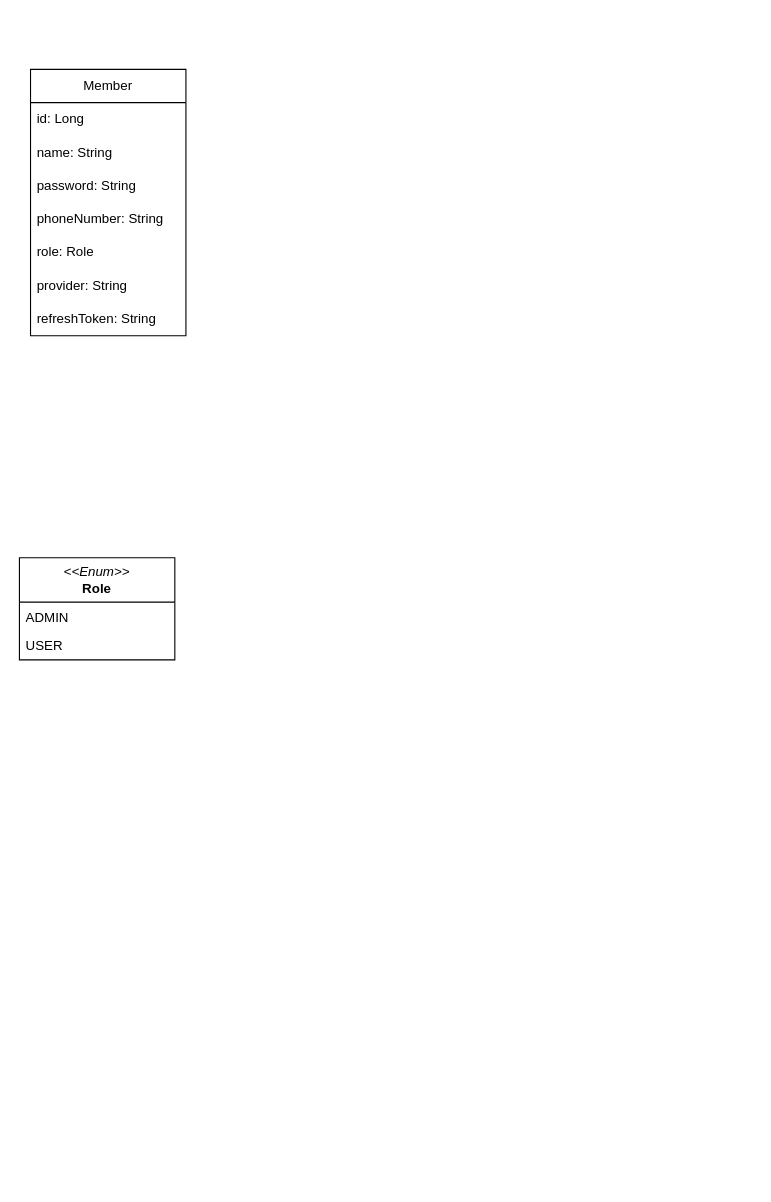
The draw.io diagram 제목 없는 다이어그램.drawio in hb912/reservation-app-server, before the edit. Source tidied: cells renumbered, new cells numbered last; positions are measured from the earlier drawing's top-left corner, leaving out a move shared by most shapes. Both pictures are drawn from the tidied source at 111%, with x=0, y=0 at pixel (19, 69).
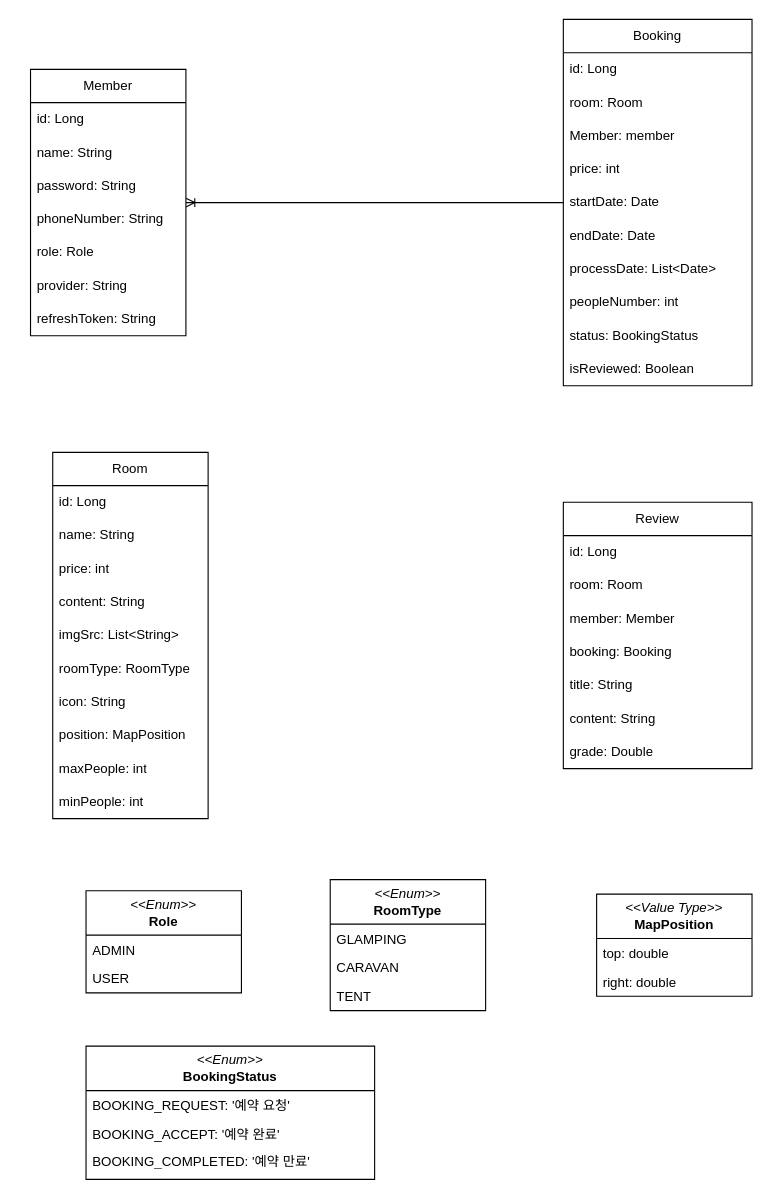
After the change.

The change refers to these unchanged cells:
```xml
<mxCell id="2" value="Member" style="swimlane;fontStyle=0;horizontal=1;startSize=30;whiteSpace=wrap;html=1;" parent="1" vertex="1">
  <mxGeometry x="10" width="140" height="240" as="geometry" />
</mxCell>
```

Diff of the diagram source:
```diff
@@
     <mxCell id="10" value="&lt;i&gt;&amp;lt;&amp;lt;Enum&amp;gt;&amp;gt;&lt;/i&gt;&lt;br&gt;&lt;b&gt;Role&lt;/b&gt;" style="swimlane;fontStyle=0;horizontal=1;startSize=40;fillColor=none;whiteSpace=wrap;html=1;" parent="1" vertex="1">
-      <mxGeometry y="440" width="140" height="92" as="geometry" />
+      <mxGeometry x="60" y="740" width="140" height="92" as="geometry" />
     </mxCell>
@@
+    <mxCell id="13" value="Room" style="swimlane;fontStyle=0;horizontal=1;startSize=30;whiteSpace=wrap;html=1;" parent="1" vertex="1">
+      <mxGeometry x="30" y="345" width="140" height="330" as="geometry" />
+    </mxCell>
+    <mxCell id="14" value="id: Long" style="text;strokeColor=none;fillColor=none;align=left;verticalAlign=middle;spacingLeft=4;spacingRight=4;overflow=hidden;whiteSpace=wrap;html=1;" parent="13" vertex="1">
+      <mxGeometry y="30" width="140" height="30" as="geometry" />
+    </mxCell>
+    <mxCell id="15" value="name: String" style="text;strokeColor=none;fillColor=none;align=left;verticalAlign=middle;spacingLeft=4;spacingRight=4;overflow=hidden;whiteSpace=wrap;html=1;" parent="13" vertex="1">
+      <mxGeometry y="60" width="140" height="30" as="geometry" />
+    </mxCell>
+    <mxCell id="16" value="price: int" style="text;strokeColor=none;fillColor=none;align=left;verticalAlign=middle;spacingLeft=4;spacingRight=4;overflow=hidden;whiteSpace=wrap;html=1;" parent="13" vertex="1">
+      <mxGeometry y="90" width="140" height="30" as="geometry" />
+    </mxCell>
+    <mxCell id="17" value="content: String" style="text;strokeColor=none;fillColor=none;align=left;verticalAlign=middle;spacingLeft=4;spacingRight=4;overflow=hidden;whiteSpace=wrap;html=1;" parent="13" vertex="1">
+      <mxGeometry y="120" width="140" height="30" as="geometry" />
+    </mxCell>
+    <mxCell id="18" value="imgSrc: List&amp;lt;String&amp;gt;" style="text;strokeColor=none;fillColor=none;align=left;verticalAlign=middle;spacingLeft=4;spacingRight=4;overflow=hidden;whiteSpace=wrap;html=1;" parent="13" vertex="1">
+      <mxGeometry y="150" width="140" height="30" as="geometry" />
+    </mxCell>
+    <mxCell id="19" value="roomType: RoomType" style="text;strokeColor=none;fillColor=none;align=left;verticalAlign=middle;spacingLeft=4;spacingRight=4;overflow=hidden;whiteSpace=wrap;html=1;" parent="13" vertex="1">
+      <mxGeometry y="180" width="140" height="30" as="geometry" />
+    </mxCell>
+    <mxCell id="20" value="icon: String" style="text;strokeColor=none;fillColor=none;align=left;verticalAlign=middle;spacingLeft=4;spacingRight=4;overflow=hidden;whiteSpace=wrap;html=1;" parent="13" vertex="1">
+      <mxGeometry y="210" width="140" height="30" as="geometry" />
+    </mxCell>
+    <mxCell id="21" value="position: MapPosition" style="text;strokeColor=none;fillColor=none;align=left;verticalAlign=middle;spacingLeft=4;spacingRight=4;overflow=hidden;whiteSpace=wrap;html=1;" parent="13" vertex="1">
+      <mxGeometry y="240" width="140" height="30" as="geometry" />
+    </mxCell>
+    <mxCell id="22" value="maxPeople: int" style="text;strokeColor=none;fillColor=none;align=left;verticalAlign=middle;spacingLeft=4;spacingRight=4;overflow=hidden;whiteSpace=wrap;html=1;" parent="13" vertex="1">
+      <mxGeometry y="270" width="140" height="30" as="geometry" />
+    </mxCell>
+    <mxCell id="23" value="minPeople: int" style="text;strokeColor=none;fillColor=none;align=left;verticalAlign=middle;spacingLeft=4;spacingRight=4;overflow=hidden;whiteSpace=wrap;html=1;" parent="13" vertex="1">
+      <mxGeometry y="300" width="140" height="30" as="geometry" />
+    </mxCell>
+    <mxCell id="24" value="&lt;i&gt;&amp;lt;&amp;lt;Enum&amp;gt;&amp;gt;&lt;/i&gt;&lt;br&gt;&lt;b&gt;RoomType&lt;/b&gt;" style="swimlane;fontStyle=0;horizontal=1;startSize=40;fillColor=none;whiteSpace=wrap;html=1;" parent="1" vertex="1">
+      <mxGeometry x="280" y="730" width="140" height="118" as="geometry" />
+    </mxCell>
+    <mxCell id="25" value="GLAMPING" style="text;strokeColor=none;fillColor=none;align=left;verticalAlign=top;spacingLeft=4;spacingRight=4;overflow=hidden;whiteSpace=wrap;html=1;" parent="24" vertex="1">
+      <mxGeometry y="40" width="140" height="26" as="geometry" />
+    </mxCell>
+    <mxCell id="26" value="CARAVAN" style="text;strokeColor=none;fillColor=none;align=left;verticalAlign=top;spacingLeft=4;spacingRight=4;overflow=hidden;whiteSpace=wrap;html=1;" parent="24" vertex="1">
+      <mxGeometry y="66" width="140" height="26" as="geometry" />
+    </mxCell>
+    <mxCell id="27" value="TENT" style="text;strokeColor=none;fillColor=none;align=left;verticalAlign=top;spacingLeft=4;spacingRight=4;overflow=hidden;whiteSpace=wrap;html=1;" parent="24" vertex="1">
+      <mxGeometry y="92" width="140" height="26" as="geometry" />
+    </mxCell>
+    <mxCell id="28" value="&lt;i&gt;&amp;lt;&amp;lt;Value Type&amp;gt;&amp;gt;&lt;/i&gt;&lt;br&gt;&lt;b&gt;MapPosition&lt;/b&gt;" style="swimlane;fontStyle=0;horizontal=1;startSize=40;fillColor=none;whiteSpace=wrap;html=1;" parent="1" vertex="1">
+      <mxGeometry x="520" y="743" width="140" height="92" as="geometry" />
+    </mxCell>
+    <mxCell id="29" value="top: double" style="text;strokeColor=none;fillColor=none;align=left;verticalAlign=top;spacingLeft=4;spacingRight=4;overflow=hidden;whiteSpace=wrap;html=1;" parent="28" vertex="1">
+      <mxGeometry y="40" width="140" height="26" as="geometry" />
+    </mxCell>
+    <mxCell id="30" value="right: double" style="text;strokeColor=none;fillColor=none;align=left;verticalAlign=top;spacingLeft=4;spacingRight=4;overflow=hidden;whiteSpace=wrap;html=1;" parent="28" vertex="1">
+      <mxGeometry y="66" width="140" height="26" as="geometry" />
+    </mxCell>
+    <mxCell id="31" value="Booking" style="swimlane;fontStyle=0;horizontal=1;startSize=30;whiteSpace=wrap;html=1;" parent="1" vertex="1">
+      <mxGeometry x="490" y="-45" width="170" height="330" as="geometry" />
+    </mxCell>
+    <mxCell id="32" value="id: Long" style="text;strokeColor=none;fillColor=none;align=left;verticalAlign=middle;spacingLeft=4;spacingRight=4;overflow=hidden;whiteSpace=wrap;html=1;" parent="31" vertex="1">
+      <mxGeometry y="30" width="170" height="30" as="geometry" />
+    </mxCell>
+    <mxCell id="33" value="room: Room" style="text;strokeColor=none;fillColor=none;align=left;verticalAlign=middle;spacingLeft=4;spacingRight=4;overflow=hidden;whiteSpace=wrap;html=1;" parent="31" vertex="1">
+      <mxGeometry y="60" width="170" height="30" as="geometry" />
+    </mxCell>
+    <mxCell id="34" value="Member: member" style="text;strokeColor=none;fillColor=none;align=left;verticalAlign=middle;spacingLeft=4;spacingRight=4;overflow=hidden;whiteSpace=wrap;html=1;" parent="31" vertex="1">
+      <mxGeometry y="90" width="170" height="30" as="geometry" />
+    </mxCell>
+    <mxCell id="35" value="price: int" style="text;strokeColor=none;fillColor=none;align=left;verticalAlign=middle;spacingLeft=4;spacingRight=4;overflow=hidden;whiteSpace=wrap;html=1;" parent="31" vertex="1">
+      <mxGeometry y="120" width="170" height="30" as="geometry" />
+    </mxCell>
+    <mxCell id="36" value="startDate: Date" style="text;strokeColor=none;fillColor=none;align=left;verticalAlign=middle;spacingLeft=4;spacingRight=4;overflow=hidden;whiteSpace=wrap;html=1;" parent="31" vertex="1">
+      <mxGeometry y="150" width="170" height="30" as="geometry" />
+    </mxCell>
+    <mxCell id="37" value="endDate: Date" style="text;strokeColor=none;fillColor=none;align=left;verticalAlign=middle;spacingLeft=4;spacingRight=4;overflow=hidden;whiteSpace=wrap;html=1;" parent="31" vertex="1">
+      <mxGeometry y="180" width="170" height="30" as="geometry" />
+    </mxCell>
+    <mxCell id="38" value="processDate: List&amp;lt;Date&amp;gt;" style="text;strokeColor=none;fillColor=none;align=left;verticalAlign=middle;spacingLeft=4;spacingRight=4;overflow=hidden;whiteSpace=wrap;html=1;" parent="31" vertex="1">
+      <mxGeometry y="210" width="170" height="30" as="geometry" />
+    </mxCell>
+    <mxCell id="39" value="peopleNumber: int" style="text;strokeColor=none;fillColor=none;align=left;verticalAlign=middle;spacingLeft=4;spacingRight=4;overflow=hidden;whiteSpace=wrap;html=1;" parent="31" vertex="1">
+      <mxGeometry y="240" width="170" height="30" as="geometry" />
+    </mxCell>
+    <mxCell id="40" value="status: BookingStatus" style="text;strokeColor=none;fillColor=none;align=left;verticalAlign=middle;spacingLeft=4;spacingRight=4;overflow=hidden;whiteSpace=wrap;html=1;" parent="31" vertex="1">
+      <mxGeometry y="270" width="170" height="30" as="geometry" />
+    </mxCell>
+    <mxCell id="41" value="isReviewed: Boolean" style="text;strokeColor=none;fillColor=none;align=left;verticalAlign=middle;spacingLeft=4;spacingRight=4;overflow=hidden;whiteSpace=wrap;html=1;" parent="31" vertex="1">
+      <mxGeometry y="300" width="170" height="30" as="geometry" />
+    </mxCell>
+    <mxCell id="42" value="&lt;i&gt;&amp;lt;&amp;lt;Enum&amp;gt;&amp;gt;&lt;/i&gt;&lt;br&gt;&lt;b&gt;BookingStatus&lt;/b&gt;" style="swimlane;fontStyle=0;horizontal=1;startSize=40;fillColor=none;whiteSpace=wrap;html=1;" parent="1" vertex="1">
+      <mxGeometry x="60" y="880" width="260" height="120" as="geometry" />
+    </mxCell>
+    <mxCell id="43" value="BOOKING_REQUEST: '예약 요청'" style="text;strokeColor=none;fillColor=none;align=left;verticalAlign=top;spacingLeft=4;spacingRight=4;overflow=hidden;whiteSpace=wrap;html=1;" parent="42" vertex="1">
+      <mxGeometry y="40" width="260" height="26" as="geometry" />
+    </mxCell>
+    <mxCell id="44" value="BOOKING_ACCEPT: '예약 완료'" style="text;strokeColor=none;fillColor=none;align=left;verticalAlign=top;spacingLeft=4;spacingRight=4;overflow=hidden;whiteSpace=wrap;html=1;" parent="42" vertex="1">
+      <mxGeometry y="66" width="260" height="24" as="geometry" />
+    </mxCell>
+    <mxCell id="45" value="BOOKING_COMPLETED: '예약 만료'" style="text;strokeColor=none;fillColor=none;align=left;verticalAlign=top;spacingLeft=4;spacingRight=4;overflow=hidden;whiteSpace=wrap;html=1;" parent="42" vertex="1">
+      <mxGeometry y="90" width="260" height="30" as="geometry" />
+    </mxCell>
+    <mxCell id="46" value="Review" style="swimlane;fontStyle=0;horizontal=1;startSize=30;whiteSpace=wrap;html=1;" parent="1" vertex="1">
+      <mxGeometry x="490" y="390" width="170" height="240" as="geometry" />
+    </mxCell>
+    <mxCell id="47" value="id: Long" style="text;strokeColor=none;fillColor=none;align=left;verticalAlign=middle;spacingLeft=4;spacingRight=4;overflow=hidden;whiteSpace=wrap;html=1;" parent="46" vertex="1">
+      <mxGeometry y="30" width="170" height="30" as="geometry" />
+    </mxCell>
+    <mxCell id="48" value="room: Room" style="text;strokeColor=none;fillColor=none;align=left;verticalAlign=middle;spacingLeft=4;spacingRight=4;overflow=hidden;whiteSpace=wrap;html=1;" parent="46" vertex="1">
+      <mxGeometry y="60" width="170" height="30" as="geometry" />
+    </mxCell>
+    <mxCell id="49" value="member: Member" style="text;strokeColor=none;fillColor=none;align=left;verticalAlign=middle;spacingLeft=4;spacingRight=4;overflow=hidden;whiteSpace=wrap;html=1;" parent="46" vertex="1">
+      <mxGeometry y="90" width="170" height="30" as="geometry" />
+    </mxCell>
+    <mxCell id="50" value="booking: Booking" style="text;strokeColor=none;fillColor=none;align=left;verticalAlign=middle;spacingLeft=4;spacingRight=4;overflow=hidden;whiteSpace=wrap;html=1;" parent="46" vertex="1">
+      <mxGeometry y="120" width="170" height="30" as="geometry" />
+    </mxCell>
+    <mxCell id="51" value="title: String" style="text;strokeColor=none;fillColor=none;align=left;verticalAlign=middle;spacingLeft=4;spacingRight=4;overflow=hidden;whiteSpace=wrap;html=1;" parent="46" vertex="1">
+      <mxGeometry y="150" width="170" height="30" as="geometry" />
+    </mxCell>
+    <mxCell id="52" value="content: String" style="text;strokeColor=none;fillColor=none;align=left;verticalAlign=middle;spacingLeft=4;spacingRight=4;overflow=hidden;whiteSpace=wrap;html=1;" parent="46" vertex="1">
+      <mxGeometry y="180" width="170" height="30" as="geometry" />
+    </mxCell>
+    <mxCell id="53" value="grade: Double" style="text;strokeColor=none;fillColor=none;align=left;verticalAlign=middle;spacingLeft=4;spacingRight=4;overflow=hidden;whiteSpace=wrap;html=1;" parent="46" vertex="1">
+      <mxGeometry y="210" width="170" height="30" as="geometry" />
+    </mxCell>
+    <mxCell id="54" style="edgeStyle=entityRelationEdgeStyle;fontSize=12;html=1;endArrow=ERoneToMany;rounded=0;" parent="1" edge="1" source="31" target="2">
+      <mxGeometry relative="1" as="geometry" />
+    </mxCell>
```
